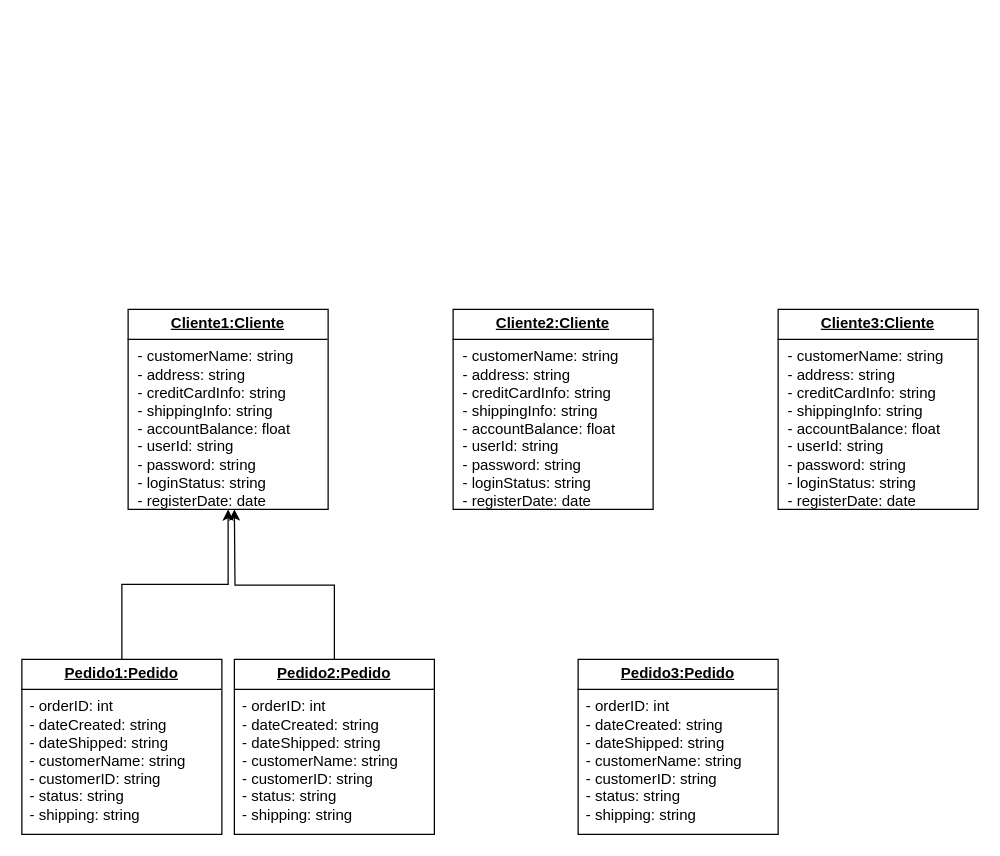
Before: Diagrama de objetos/Tarea_DO/tarea_asociada2.drawio in GRMiguelAngel/ETS, a draw.io diagram. Source tidied: cells renumbered, new cells numbered last; positions are measured from the earlier drawing's top-left corner, leaving out a move shared by most shapes. Both pictures are drawn from the tidied source at 125%, with x=0, y=0 at pixel (21, 309).
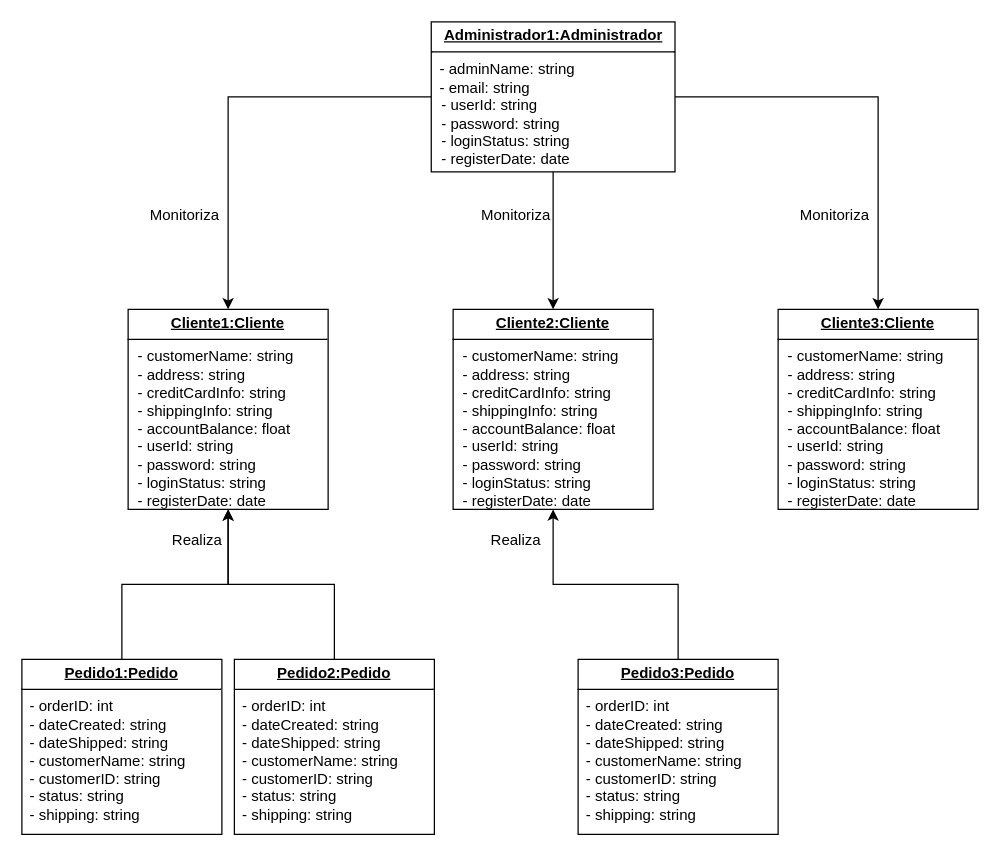
The same page after the edit.

Unchanged cells that the change refers to:
```xml
<mxCell id="4" value="&lt;p style=&quot;margin:0px;margin-top:4px;text-align:center;text-decoration:underline;&quot;&gt;&lt;b&gt;Cliente1:Cliente&lt;/b&gt;&lt;br&gt;&lt;/p&gt;&lt;hr style=&quot;border-style:solid;&quot; size=&quot;1&quot;&gt;&lt;p style=&quot;margin:0px;margin-left:8px;&quot;&gt;- customerName: string&lt;/p&gt;&lt;p style=&quot;margin:0px;margin-left:8px;&quot;&gt;- address: string&lt;/p&gt;&lt;p style=&quot;margin:0px;margin-left:8px;&quot;&gt;- creditCardInfo: string&lt;/p&gt;&lt;p style=&quot;margin:0px;margin-left:8px;&quot;&gt;- shippingInfo: string&lt;/p&gt;&lt;p style=&quot;margin:0px;margin-left:8px;&quot;&gt;- accountBalance: float&lt;/p&gt;&lt;p style=&quot;margin:0px;margin-left:8px;&quot;&gt;- userId: string&lt;/p&gt;&lt;p style=&quot;margin:0px;margin-left:8px;&quot;&gt;- password: string&lt;/p&gt;&lt;p style=&quot;margin:0px;margin-left:8px;&quot;&gt;- loginStatus: string&lt;/p&gt;&lt;p style=&quot;margin:0px;margin-left:8px;&quot;&gt;- registerDate: date&lt;br&gt;&lt;/p&gt;" style="verticalAlign=top;align=left;overflow=fill;html=1;whiteSpace=wrap;" parent="1" vertex="1">
  <mxGeometry x="85" width="160" height="160" as="geometry" />
</mxCell>
<mxCell id="6" value="&lt;p style=&quot;margin:0px;margin-top:4px;text-align:center;text-decoration:underline;&quot;&gt;&lt;b&gt;Cliente2:Cliente&lt;/b&gt;&lt;br&gt;&lt;/p&gt;&lt;hr style=&quot;border-style:solid;&quot; size=&quot;1&quot;&gt;&lt;p style=&quot;margin:0px;margin-left:8px;&quot;&gt;- customerName: string&lt;/p&gt;&lt;p style=&quot;margin:0px;margin-left:8px;&quot;&gt;- address: string&lt;/p&gt;&lt;p style=&quot;margin:0px;margin-left:8px;&quot;&gt;- creditCardInfo: string&lt;/p&gt;&lt;p style=&quot;margin:0px;margin-left:8px;&quot;&gt;- shippingInfo: string&lt;/p&gt;&lt;p style=&quot;margin:0px;margin-left:8px;&quot;&gt;- accountBalance: float&lt;/p&gt;&lt;p style=&quot;margin:0px;margin-left:8px;&quot;&gt;- userId: string&lt;/p&gt;&lt;p style=&quot;margin:0px;margin-left:8px;&quot;&gt;- password: string&lt;/p&gt;&lt;p style=&quot;margin:0px;margin-left:8px;&quot;&gt;- loginStatus: string&lt;/p&gt;&lt;p style=&quot;margin:0px;margin-left:8px;&quot;&gt;- registerDate: date&lt;br&gt;&lt;/p&gt;" style="verticalAlign=top;align=left;overflow=fill;html=1;whiteSpace=wrap;" parent="1" vertex="1">
  <mxGeometry x="345" width="160" height="160" as="geometry" />
</mxCell>
<mxCell id="8" value="&lt;p style=&quot;margin:0px;margin-top:4px;text-align:center;text-decoration:underline;&quot;&gt;&lt;b&gt;Cliente3:Cliente&lt;/b&gt;&lt;br&gt;&lt;/p&gt;&lt;hr style=&quot;border-style:solid;&quot; size=&quot;1&quot;&gt;&lt;p style=&quot;margin:0px;margin-left:8px;&quot;&gt;- customerName: string&lt;/p&gt;&lt;p style=&quot;margin:0px;margin-left:8px;&quot;&gt;- address: string&lt;/p&gt;&lt;p style=&quot;margin:0px;margin-left:8px;&quot;&gt;- creditCardInfo: string&lt;/p&gt;&lt;p style=&quot;margin:0px;margin-left:8px;&quot;&gt;- shippingInfo: string&lt;/p&gt;&lt;p style=&quot;margin:0px;margin-left:8px;&quot;&gt;- accountBalance: float&lt;/p&gt;&lt;p style=&quot;margin:0px;margin-left:8px;&quot;&gt;- userId: string&lt;/p&gt;&lt;p style=&quot;margin:0px;margin-left:8px;&quot;&gt;- password: string&lt;/p&gt;&lt;p style=&quot;margin:0px;margin-left:8px;&quot;&gt;- loginStatus: string&lt;/p&gt;&lt;p style=&quot;margin:0px;margin-left:8px;&quot;&gt;- registerDate: date&lt;br&gt;&lt;/p&gt;" style="verticalAlign=top;align=left;overflow=fill;html=1;whiteSpace=wrap;" parent="1" vertex="1">
  <mxGeometry x="605" width="160" height="160" as="geometry" />
</mxCell>
<mxCell id="11" value="&lt;p style=&quot;margin:0px;margin-top:4px;text-align:center;text-decoration:underline;&quot;&gt;&lt;b&gt;Pedido2:Pedido&lt;/b&gt;&lt;br&gt;&lt;/p&gt;&lt;hr style=&quot;border-style:solid;&quot; size=&quot;1&quot;&gt;&lt;div&gt;&amp;nbsp; - orderID: int&lt;/div&gt;&lt;div&gt;&amp;nbsp; - dateCreated: string&lt;/div&gt;&lt;div&gt;&amp;nbsp; - dateShipped: string&lt;br&gt;&lt;/div&gt;&lt;div&gt;&amp;nbsp; - customerName: string&lt;/div&gt;&lt;div&gt;&amp;nbsp; - customerID: string&lt;/div&gt;&lt;div&gt;&amp;nbsp; - status: string&lt;/div&gt;&amp;nbsp; - shipping: string&lt;p style=&quot;margin:0px;margin-left:8px;&quot;&gt;&lt;/p&gt;" style="verticalAlign=top;align=left;overflow=fill;html=1;whiteSpace=wrap;" parent="1" vertex="1">
  <mxGeometry x="170" y="280" width="160" height="140" as="geometry" />
</mxCell>
<mxCell id="12" value="&lt;p style=&quot;margin:0px;margin-top:4px;text-align:center;text-decoration:underline;&quot;&gt;&lt;b&gt;Pedido3:Pedido&lt;/b&gt;&lt;br&gt;&lt;/p&gt;&lt;hr style=&quot;border-style:solid;&quot; size=&quot;1&quot;&gt;&lt;div&gt;&amp;nbsp; - orderID: int&lt;/div&gt;&lt;div&gt;&amp;nbsp; - dateCreated: string&lt;/div&gt;&lt;div&gt;&amp;nbsp; - dateShipped: string&lt;br&gt;&lt;/div&gt;&lt;div&gt;&amp;nbsp; - customerName: string&lt;/div&gt;&lt;div&gt;&amp;nbsp; - customerID: string&lt;/div&gt;&lt;div&gt;&amp;nbsp; - status: string&lt;/div&gt;&amp;nbsp; - shipping: string&lt;p style=&quot;margin:0px;margin-left:8px;&quot;&gt;&lt;/p&gt;" style="verticalAlign=top;align=left;overflow=fill;html=1;whiteSpace=wrap;" parent="1" vertex="1">
  <mxGeometry x="445" y="280" width="160" height="140" as="geometry" />
</mxCell>
```

The edit, as a diff of the source:
```diff
@@
-    <mxCell id="10" style="edgeStyle=orthogonalEdgeStyle;rounded=0;jettySize=auto;html=1;" parent="1" edge="1" source="11">
-      <mxGeometry relative="1" as="geometry">
-        <mxPoint x="170" y="160" as="targetPoint" />
-      </mxGeometry>
+    <mxCell id="10" style="edgeStyle=orthogonalEdgeStyle;rounded=0;jettySize=auto;html=1;entryX=0.5;entryY=1;entryDx=0;entryDy=0;" parent="1" edge="1" source="11" target="4">
+      <mxGeometry relative="1" as="geometry" />
     </mxCell>
@@
+    <mxCell id="13" style="edgeStyle=orthogonalEdgeStyle;rounded=0;jettySize=auto;html=1;entryX=0.5;entryY=1;entryDx=0;entryDy=0;" parent="1" edge="1" source="12" target="6">
+      <mxGeometry relative="1" as="geometry" />
+    </mxCell>
@@
+    <mxCell id="14" value="Realiza" style="text;html=1;align=center;verticalAlign=middle;strokeColor=none;fillColor=none;" parent="1" vertex="1">
+      <mxGeometry x="110" y="170" width="60" height="30" as="geometry" />
+    </mxCell>
+    <mxCell id="15" value="Realiza" style="text;html=1;align=center;verticalAlign=middle;strokeColor=none;fillColor=none;" parent="1" vertex="1">
+      <mxGeometry x="365" y="170" width="60" height="30" as="geometry" />
+    </mxCell>
+    <mxCell id="16" style="edgeStyle=orthogonalEdgeStyle;rounded=0;jettySize=auto;html=1;entryX=0.5;entryY=0;entryDx=0;entryDy=0;" parent="1" edge="1" source="19" target="4">
+      <mxGeometry relative="1" as="geometry" />
+    </mxCell>
+    <mxCell id="17" style="edgeStyle=orthogonalEdgeStyle;rounded=0;jettySize=auto;html=1;entryX=0.5;entryY=0;entryDx=0;entryDy=0;" parent="1" edge="1" source="19" target="6">
+      <mxGeometry relative="1" as="geometry" />
+    </mxCell>
+    <mxCell id="18" style="edgeStyle=orthogonalEdgeStyle;rounded=0;jettySize=auto;html=1;entryX=0.5;entryY=0;entryDx=0;entryDy=0;" parent="1" edge="1" source="19" target="8">
+      <mxGeometry relative="1" as="geometry" />
+    </mxCell>
+    <mxCell id="19" value="&lt;p style=&quot;margin:0px;margin-top:4px;text-align:center;text-decoration:underline;&quot;&gt;&lt;b&gt;Administrador1:Administrador&lt;/b&gt;&lt;br&gt;&lt;/p&gt;&lt;hr style=&quot;border-style:solid;&quot; size=&quot;1&quot;&gt;&lt;div&gt;&amp;nbsp; - adminName: string&lt;/div&gt;&lt;div&gt;&amp;nbsp; - email: string&lt;br&gt;&lt;/div&gt;&lt;p style=&quot;margin:0px;margin-left:8px;&quot;&gt;- userId: string&lt;/p&gt;&lt;p style=&quot;margin:0px;margin-left:8px;&quot;&gt;- password: string&lt;/p&gt;&lt;p style=&quot;margin:0px;margin-left:8px;&quot;&gt;- loginStatus: string&lt;/p&gt;&lt;p style=&quot;margin:0px;margin-left:8px;&quot;&gt;- registerDate: date&lt;br&gt;&lt;/p&gt;" style="verticalAlign=top;align=left;overflow=fill;html=1;whiteSpace=wrap;" parent="1" vertex="1">
+      <mxGeometry x="327.5" y="-230" width="195" height="120" as="geometry" />
+    </mxCell>
+    <mxCell id="20" style="edgeStyle=orthogonalEdgeStyle;rounded=0;orthogonalLoop=1;jettySize=auto;html=1;exitX=0.5;exitY=1;exitDx=0;exitDy=0;" parent="1" edge="1" source="19" target="19">
+      <mxGeometry relative="1" as="geometry" />
+    </mxCell>
+    <mxCell id="21" value="Monitoriza" style="text;html=1;align=center;verticalAlign=middle;strokeColor=none;fillColor=none;" parent="1" vertex="1">
+      <mxGeometry x="90" y="-90" width="80" height="30" as="geometry" />
+    </mxCell>
+    <mxCell id="22" value="Monitoriza" style="text;html=1;align=center;verticalAlign=middle;strokeColor=none;fillColor=none;" parent="1" vertex="1">
+      <mxGeometry x="355" y="-90" width="80" height="30" as="geometry" />
+    </mxCell>
+    <mxCell id="23" value="Monitoriza" style="text;html=1;align=center;verticalAlign=middle;strokeColor=none;fillColor=none;" parent="1" vertex="1">
+      <mxGeometry x="610" y="-90" width="80" height="30" as="geometry" />
+    </mxCell>
```
